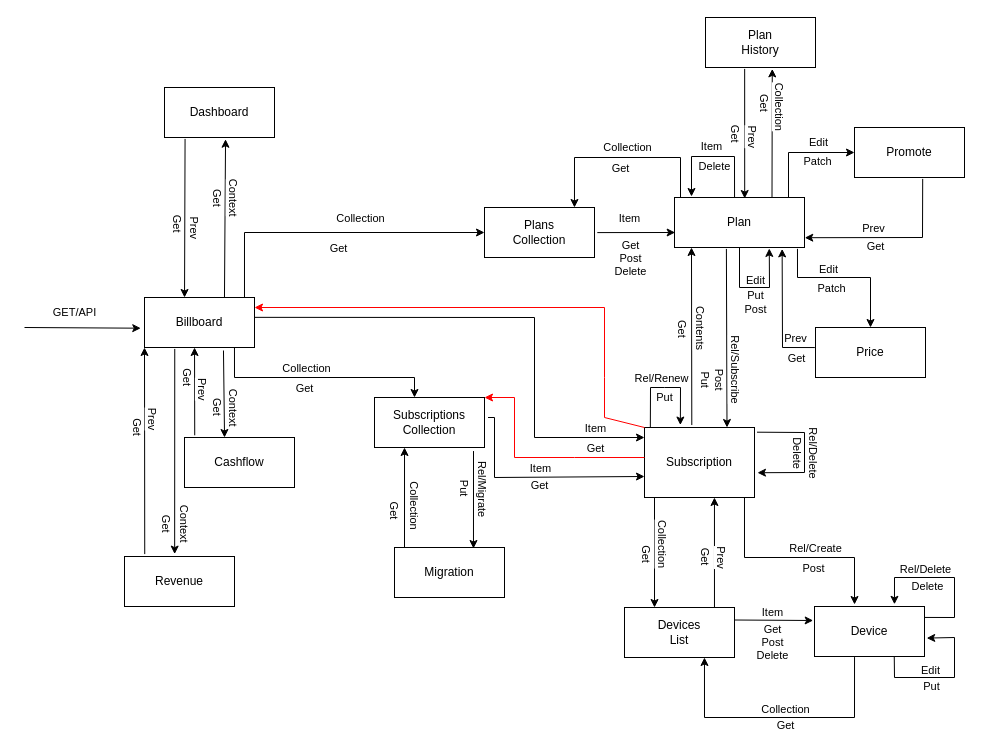
This is docs/DAP.drawio from JoaoBruno09/los-bandoleros, a draw.io file, before an edit. Source tidied: cells renumbered, new cells numbered last; positions are measured from the earlier drawing's top-left corner, leaving out a move shared by most shapes. Both pictures are drawn from the tidied source at 100%, with x=0, y=0 at pixel (24, 17).
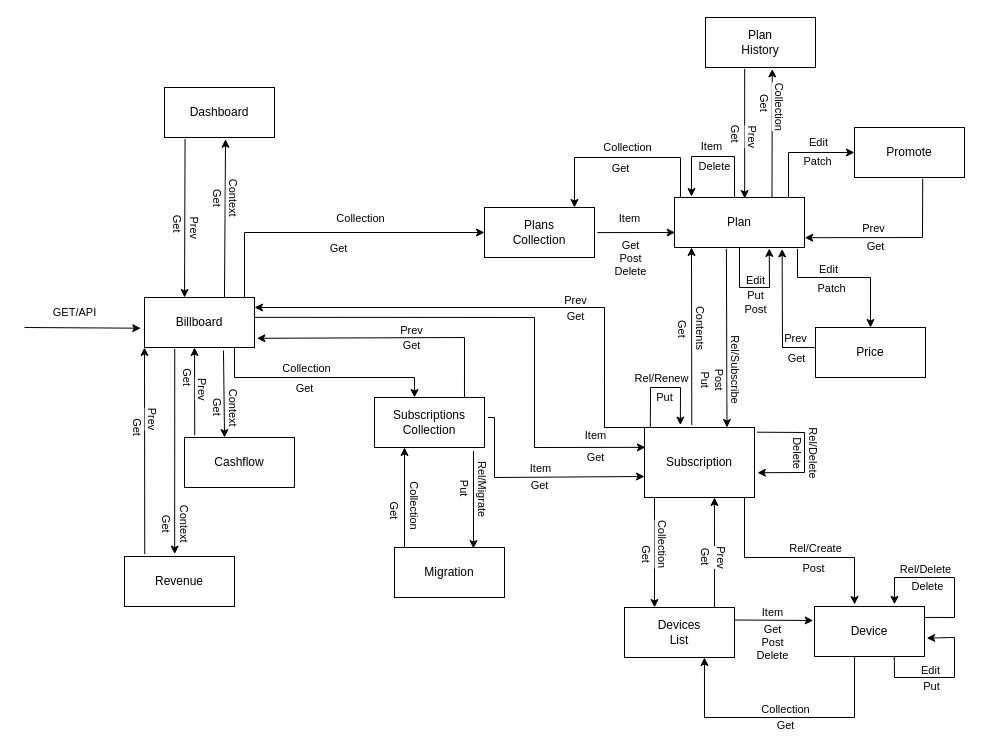
After the change.

The change refers to these unchanged cells:
```xml
<mxCell id="2" value="Billboard" style="whiteSpace=wrap;html=1;" parent="1" vertex="1">
  <mxGeometry x="120" y="280" width="110" height="50" as="geometry" />
</mxCell>
<mxCell id="8" value="Subscriptions&lt;br&gt;Collection" style="whiteSpace=wrap;html=1;" parent="1" vertex="1">
  <mxGeometry x="350" y="380" width="110" height="50" as="geometry" />
</mxCell>
<mxCell id="10" value="Subscription" style="whiteSpace=wrap;html=1;" parent="1" vertex="1">
  <mxGeometry x="620" y="410" width="110" height="70" as="geometry" />
</mxCell>
```

The edit, as a diff of the source:
```diff
@@
-    <mxCell id="60" style="endArrow=classic;html=1;rounded=0;strokeColor=default;entryX=0;entryY=0.143;entryDx=0;entryDy=0;entryPerimeter=0;exitX=0.999;exitY=0.397;exitDx=0;exitDy=0;exitPerimeter=0;" parent="1" edge="1" source="2" target="10">
+    <mxCell id="60" style="endArrow=classic;html=1;rounded=0;strokeColor=default;entryX=0.008;entryY=0.284;entryDx=0;entryDy=0;exitX=0.999;exitY=0.397;exitDx=0;exitDy=0;exitPerimeter=0;entryPerimeter=0;" parent="1" edge="1" source="2" target="10">
       <mxGeometry relative="1" as="geometry">
         <Array as="points">
           <mxPoint x="510" y="300" />
-          <mxPoint x="510" y="420" />
+          <mxPoint x="510" y="430" />
         </Array>
       </mxGeometry>
     </mxCell>
@@
-    <mxCell id="96" style="endArrow=classic;html=1;rounded=0;strokeColor=#FF0000;entryX=1;entryY=0;entryDx=0;entryDy=0;exitX=0;exitY=0.429;exitDx=0;exitDy=0;exitPerimeter=0;" parent="1" edge="1" source="10" target="8">
-      <mxGeometry relative="1" as="geometry">
-        <Array as="points">
-          <mxPoint x="550" y="440" />
-          <mxPoint x="490" y="440" />
-          <mxPoint x="490" y="380" />
-        </Array>
-      </mxGeometry>
-    </mxCell>
@@
-    <mxCell id="115" style="endArrow=classic;html=1;rounded=0;strokeColor=#FF0000;entryX=1;entryY=0;entryDx=0;entryDy=0;exitX=0;exitY=0;exitDx=0;exitDy=0;" parent="1" edge="1" source="10">
+    <mxCell id="115" style="endArrow=classic;html=1;rounded=0;strokeColor=#000000;entryX=1;entryY=0;entryDx=0;entryDy=0;exitX=0;exitY=0;exitDx=0;exitDy=0;" parent="1" edge="1" source="10">
       <mxGeometry relative="1" as="geometry">
         <mxPoint x="230" y="290" as="targetPoint" />
         <Array as="points">
-          <mxPoint x="580" y="400" />
+          <mxPoint x="580" y="410" />
           <mxPoint x="580" y="360" />
           <mxPoint x="580" y="290" />
         </Array>
       </mxGeometry>
     </mxCell>
+    <mxCell id="116" value="Prev" style="edgeLabel;html=1;align=center;verticalAlign=middle;" parent="115" vertex="1">
+      <mxGeometry x="-0.32" relative="1" as="geometry">
+        <mxPoint x="-17" y="-8" as="offset" />
+      </mxGeometry>
+    </mxCell>
+    <mxCell id="117" value="Get" style="edgeLabel;html=1;align=center;verticalAlign=middle;" parent="115" vertex="1">
+      <mxGeometry x="-0.27" relative="1" as="geometry">
+        <mxPoint x="-4" y="8" as="offset" />
+      </mxGeometry>
+    </mxCell>
+    <mxCell id="118" style="endArrow=classic;html=1;rounded=0;exitX=0.818;exitY=0;exitDx=0;exitDy=0;exitPerimeter=0;entryX=1.022;entryY=0.816;entryDx=0;entryDy=0;entryPerimeter=0;" parent="1" edge="1" source="8" target="2">
+      <mxGeometry relative="1" as="geometry">
+        <Array as="points">
+          <mxPoint x="440" y="320" />
+        </Array>
+      </mxGeometry>
+    </mxCell>
+    <mxCell id="119" value="Prev" style="edgeLabel;html=1;align=center;verticalAlign=middle;" parent="118" vertex="1">
+      <mxGeometry x="-0.14" relative="1" as="geometry">
+        <mxPoint x="1" y="-8" as="offset" />
+      </mxGeometry>
+    </mxCell>
+    <mxCell id="120" value="Get" style="edgeLabel;html=1;align=center;verticalAlign=middle;" parent="118" vertex="1">
+      <mxGeometry x="-0.38" relative="1" as="geometry">
+        <mxPoint x="-31" y="7" as="offset" />
+      </mxGeometry>
+    </mxCell>
```
